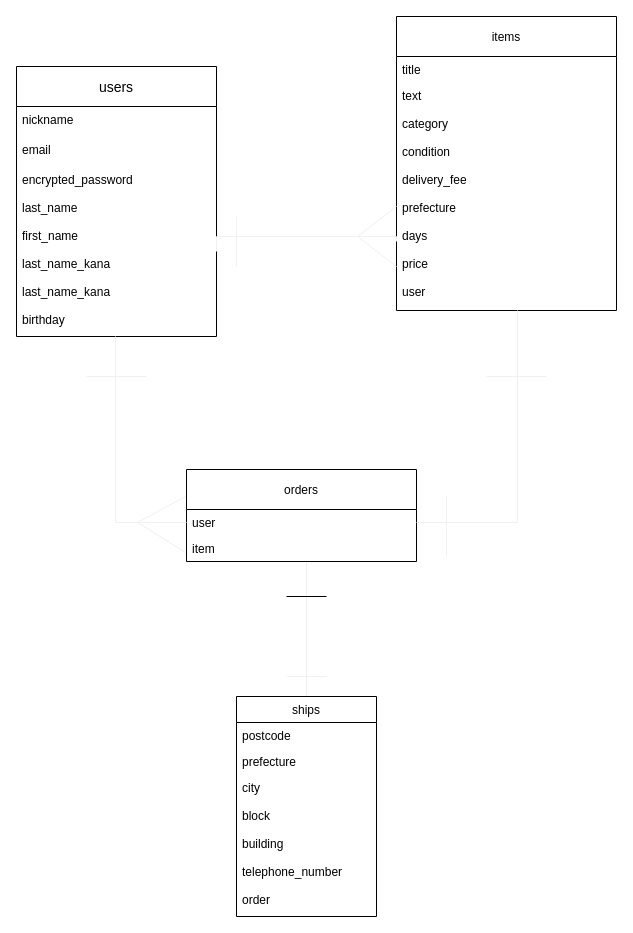
Before: furima.dio in tnkmr08/furima-36585, a draw.io diagram. Source tidied: cells renumbered, new cells numbered last; positions are measured from the earlier drawing's top-left corner, leaving out a move shared by most shapes. Both pictures are drawn from the tidied source at 100%, with x=0, y=0 at pixel (16, 16).
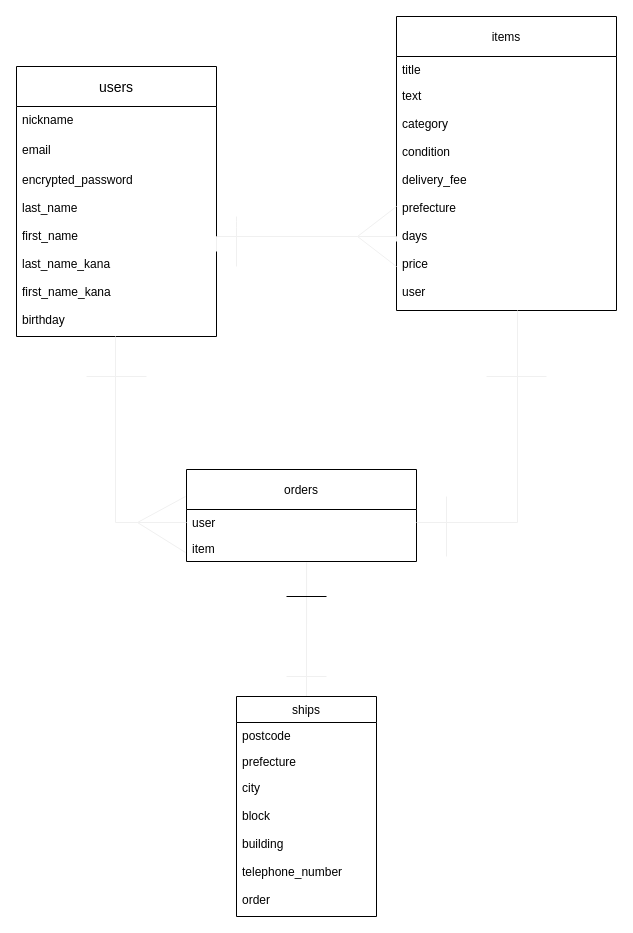
The same page after the edit.

Unchanged cells that the change refers to:
```xml
<mxCell id="2" value="users" style="swimlane;fontStyle=0;horizontal=1;startSize=40;align=center;fontSize=14;rotation=0;" parent="1" vertex="1">
  <mxGeometry y="50" width="200" height="270" as="geometry" />
</mxCell>
```

The edit, as a diff of the source:
```diff
@@
-    <mxCell id="5" value="encrypted_password&#10;&#10;last_name&#10;&#10;first_name&#10;&#10;last_name_kana&#10;&#10;last_name_kana&#10;&#10;birthday&#10;&#10;" style="text;strokeColor=none;fillColor=none;spacingLeft=4;spacingRight=4;overflow=hidden;points=[[0,0.5],[1,0.5]];portConstraint=eastwest;fontSize=12;" parent="2" vertex="1">
+    <mxCell id="5" value="encrypted_password&#10;&#10;last_name&#10;&#10;first_name&#10;&#10;last_name_kana&#10;&#10;first_name_kana&#10;&#10;birthday&#10;&#10;" style="text;strokeColor=none;fillColor=none;spacingLeft=4;spacingRight=4;overflow=hidden;points=[[0,0.5],[1,0.5]];portConstraint=eastwest;fontSize=12;" parent="2" vertex="1">
       <mxGeometry y="100" width="200" height="170" as="geometry" />
     </mxCell>
```
